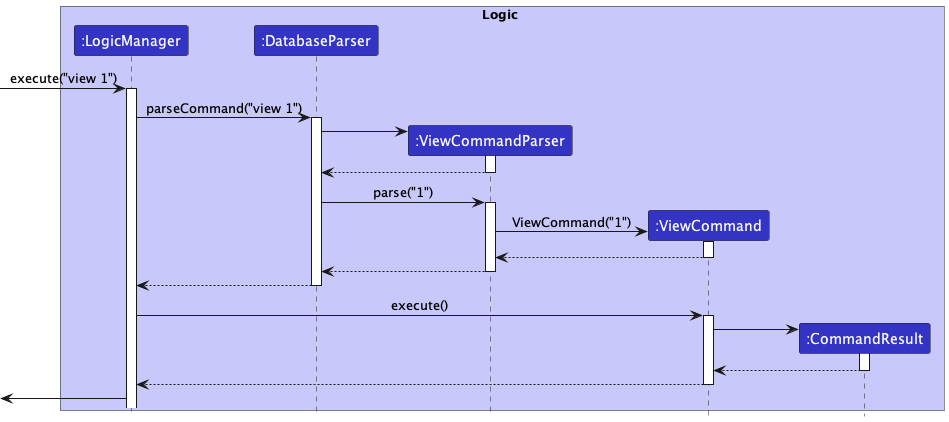
Before: docs/images/diagrams/ViewCommandSequenceDiagram.png, a diagram exported from PlantUML (nus-cs2103-AY2223S1/tp).
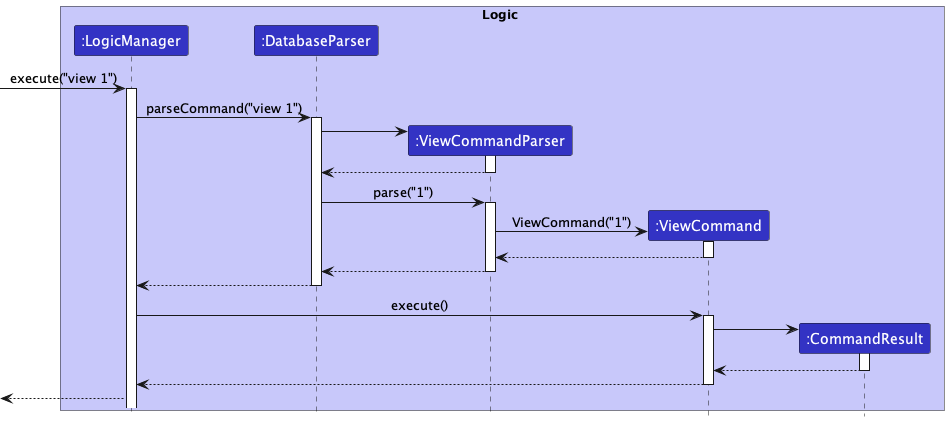
The same diagram one commit later.

Diff of the diagram source:
```diff
@@ -31,7 +31,6 @@
 ViewCommandParser -> ViewCommand : ViewCommand("1")
 activate ViewCommand
 
-
 ViewCommand --> ViewCommandParser
 deactivate ViewCommand
 
@@ -54,6 +53,6 @@
 ViewCommand --> LogicManager
 deactivate ViewCommand
 
-LogicManager ->[
+LogicManager -->[
 
 @enduml
```
